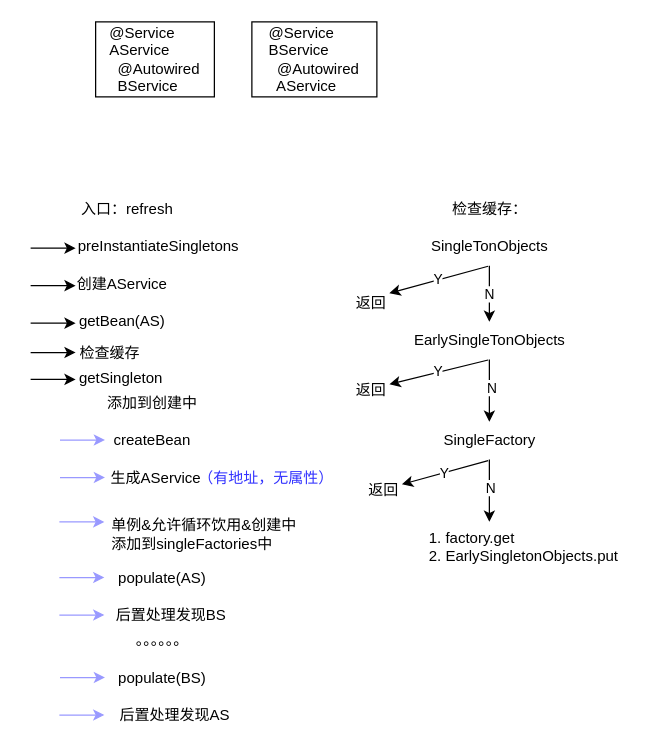
koralcc/resource keeps this draw.io diagram as Spring三级缓存.drawio. Above is the earlier version. Source tidied: cells renumbered, new cells numbered last; positions are measured from the earlier drawing's top-left corner, leaving out a move shared by most shapes. Both pictures are drawn from the tidied source at 125%, with x=0, y=0 at pixel (30, 21).
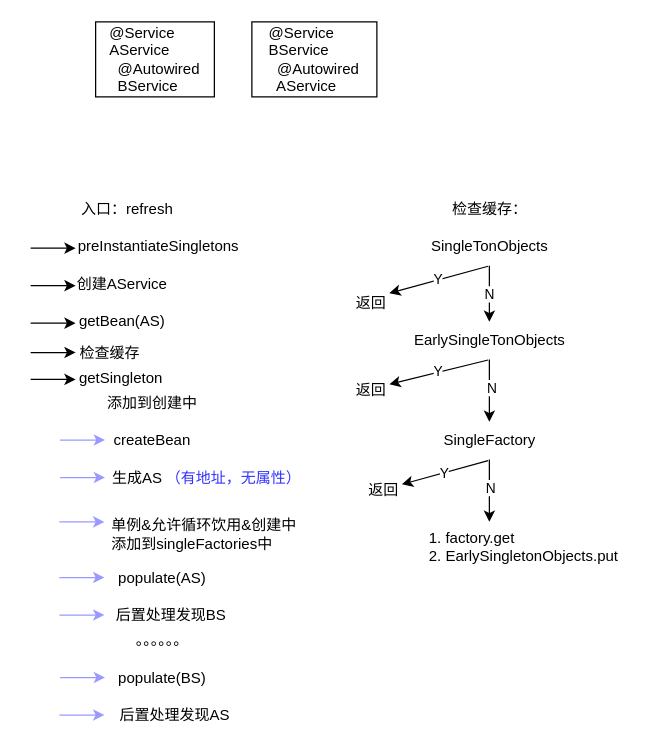
The same page after the edit.

Diff of the diagram source:
```diff
@@
-    <mxCell id="33" value="生成AService" style="text;html=1;align=center;verticalAlign=middle;strokeColor=none;fillColor=none;fontColor=#000000;" parent="1" vertex="1">
-      <mxGeometry x="49.5" y="350" width="100" height="30" as="geometry" />
+    <mxCell id="33" value="生成AS" style="text;html=1;align=center;verticalAlign=middle;strokeColor=none;fillColor=none;fontColor=#000000;" parent="1" vertex="1">
+      <mxGeometry x="54.5" y="350" width="60" height="30" as="geometry" />
     </mxCell>
     <mxCell id="34" value="&lt;font color=&quot;#3333ff&quot;&gt;（有地址，无属性）&lt;/font&gt;" style="text;html=1;align=center;verticalAlign=middle;strokeColor=none;fillColor=none;fontColor=#000000;" parent="1" vertex="1">
-      <mxGeometry x="123" y="350" width="130" height="30" as="geometry" />
+      <mxGeometry x="97" y="350" width="130" height="30" as="geometry" />
     </mxCell>
```
